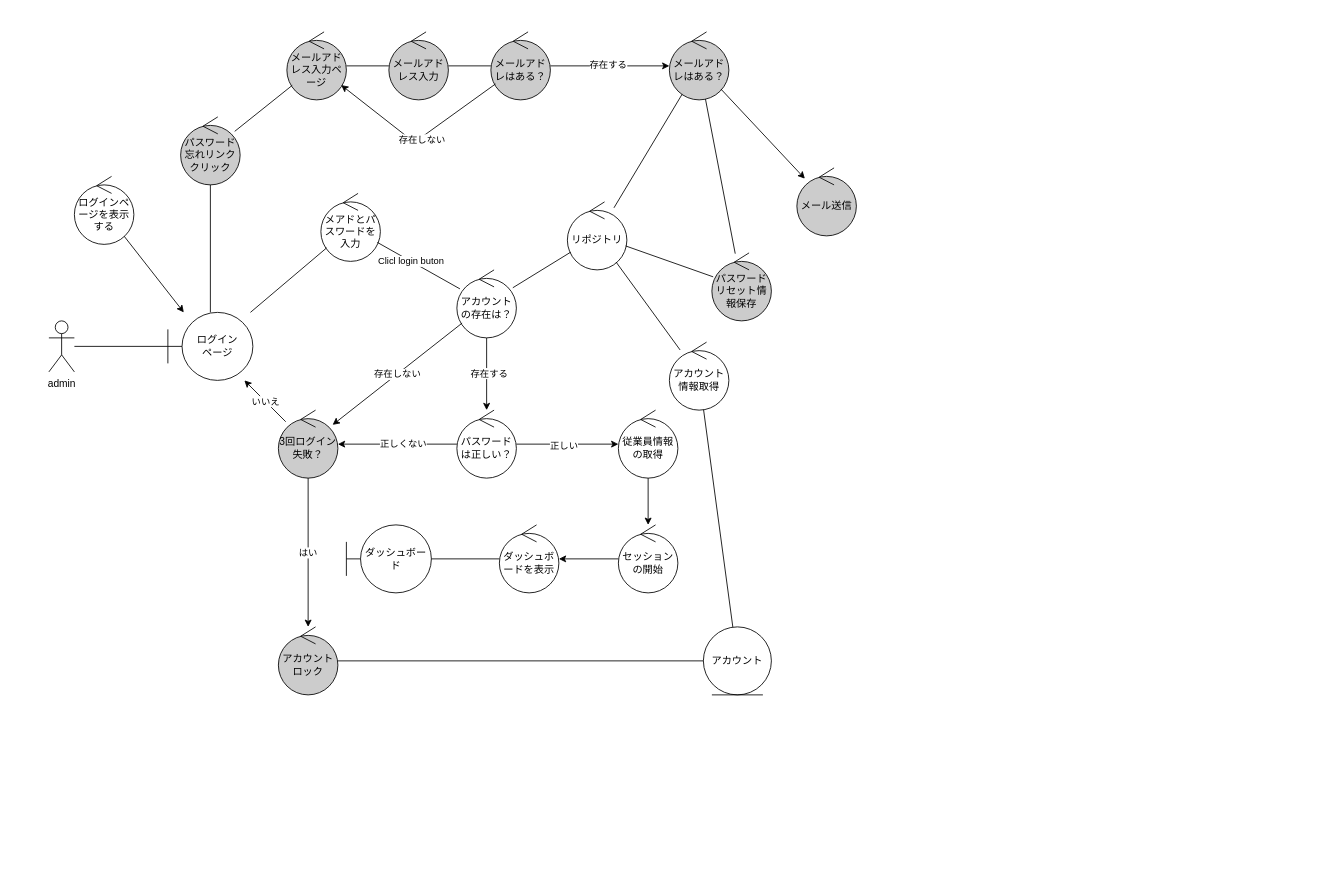
Above: drawio/account_manager/Robustness/login_robustness.dio in takashiraki/github_image (draw.io), before the change. Source tidied: cells renumbered, new cells numbered last; positions are measured from the earlier drawing's top-left corner, leaving out a move shared by most shapes. Both pictures are drawn from the tidied source at 85%, with x=0, y=0 at pixel (14, 14).
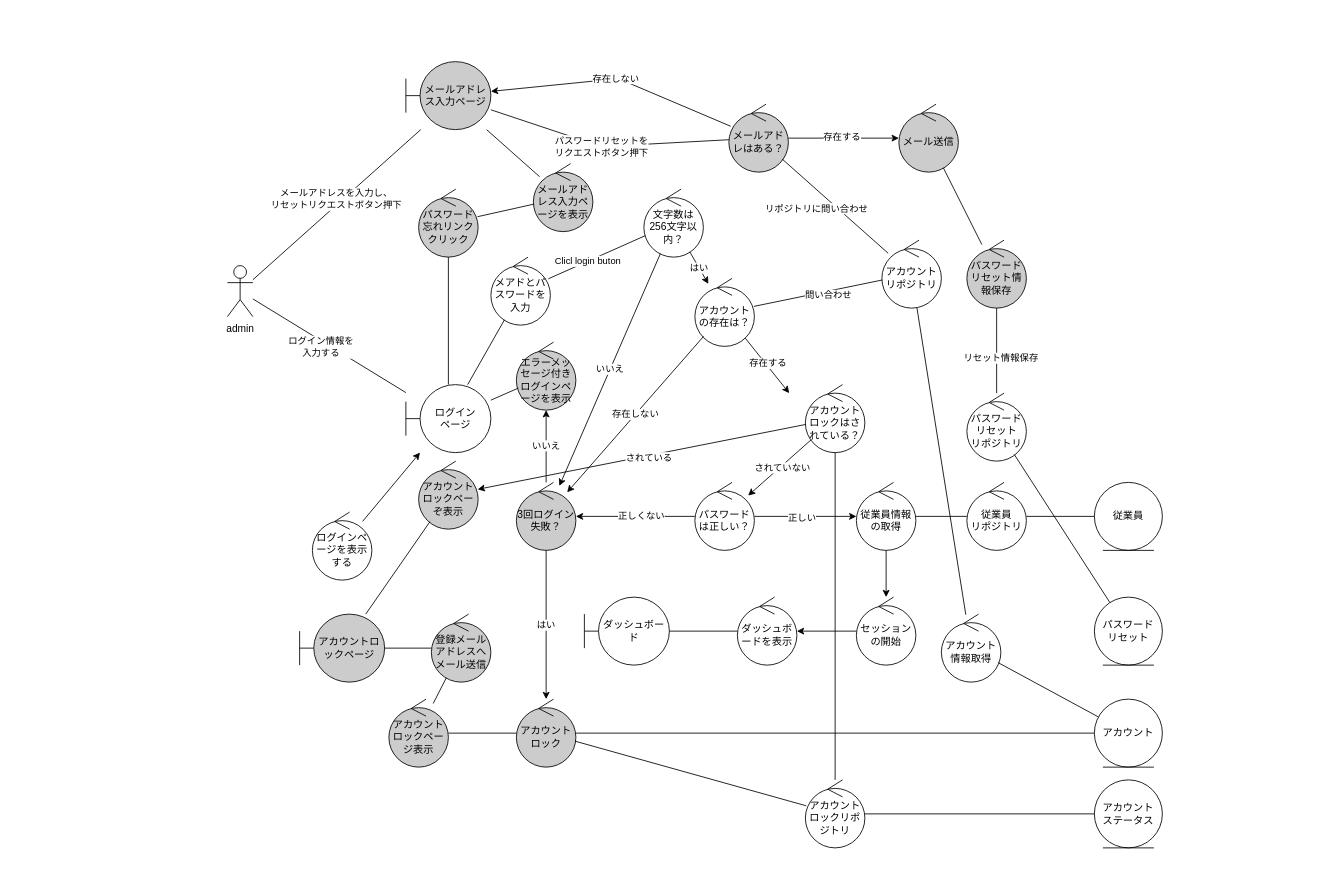
The same diagram, later.

The change refers to these unchanged cells:
```xml
<mxCell id="11" style="endArrow=none;html=1;" parent="1" edge="1" source="4" target="3">
  <mxGeometry relative="1" as="geometry" />
</mxCell>
<mxCell id="20" style="endArrow=none;html=1;" parent="1" edge="1" source="19" target="10">
  <mxGeometry relative="1" as="geometry" />
</mxCell>
```

Change to the diagram source:
```diff
@@
     <mxCell id="2" style="rounded=0;whiteSpace=wrap;html=1;strokeColor=none;" parent="1" vertex="1">
-      <mxGeometry width="1020" height="840" as="geometry" />
+      <mxGeometry x="60" y="5" width="1480" height="1005" as="geometry" />
     </mxCell>
     <mxCell id="3" value="admin" style="shape=umlActor;verticalLabelPosition=bottom;verticalAlign=top;html=1;outlineConnect=0;" parent="1" vertex="1">
-      <mxGeometry x="40" y="360" width="30" height="60" as="geometry" />
+      <mxGeometry x="250" y="295" width="30" height="60" as="geometry" />
     </mxCell>
     <mxCell id="4" value="ログイン&lt;br&gt;ページ" style="shape=umlBoundary;whiteSpace=wrap;html=1;" parent="1" vertex="1">
-      <mxGeometry x="180" y="350" width="100" height="80" as="geometry" />
+      <mxGeometry x="460" y="435" width="100" height="80" as="geometry" />
     </mxCell>
@@
     <mxCell id="6" value="ログインページを表示する" style="ellipse;shape=umlControl;whiteSpace=wrap;html=1;" parent="1" vertex="1">
-      <mxGeometry x="70" y="190" width="70" height="80" as="geometry" />
+      <mxGeometry x="350" y="585" width="70" height="80" as="geometry" />
     </mxCell>
     <mxCell id="7" value="メアドとパスワードを入力" style="ellipse;shape=umlControl;whiteSpace=wrap;html=1;" parent="1" vertex="1">
-      <mxGeometry x="360" y="210" width="70" height="80" as="geometry" />
+      <mxGeometry x="560" y="285" width="70" height="80" as="geometry" />
     </mxCell>
-    <mxCell id="8" style="edgeStyle=none;html=1;" parent="1" edge="1" source="10" target="17">
-      <mxGeometry relative="1" as="geometry" />
+    <mxCell id="8" style="edgeStyle=none;html=1;" parent="1" edge="1" source="10">
+      <mxGeometry relative="1" as="geometry">
+        <mxPoint x="911" y="445" as="targetPoint" />
+      </mxGeometry>
     </mxCell>
@@
     <mxCell id="10" value="アカウントの存在は？" style="ellipse;shape=umlControl;whiteSpace=wrap;html=1;" parent="1" vertex="1">
-      <mxGeometry x="520" y="300" width="70" height="80" as="geometry" />
+      <mxGeometry x="800" y="310" width="70" height="80" as="geometry" />
     </mxCell>
@@
+    <mxCell id="58" value="ログイン情報を&lt;br&gt;入力する" style="edgeLabel;html=1;align=center;verticalAlign=middle;" parent="11" vertex="1">
+      <mxGeometry x="0.23" y="-4" relative="1" as="geometry">
+        <mxPoint x="8" y="17" as="offset" />
+      </mxGeometry>
+    </mxCell>
@@
-    <mxCell id="13" style="endArrow=none;html=1;" parent="1" edge="1" source="10" target="7">
+    <mxCell id="13" style="endArrow=none;html=1;" parent="1" edge="1" source="72" target="7">
       <mxGeometry relative="1" as="geometry" />
     </mxCell>
@@
     <mxCell id="17" value="パスワードは正しい？" style="ellipse;shape=umlControl;whiteSpace=wrap;html=1;fillColor=rgb(255, 255, 255);" parent="1" vertex="1">
-      <mxGeometry x="520" y="465" width="70" height="80" as="geometry" />
+      <mxGeometry x="800" y="550" width="70" height="80" as="geometry" />
     </mxCell>
     <mxCell id="18" value="3回ログイン失敗？" style="ellipse;shape=umlControl;whiteSpace=wrap;html=1;fillColor=#CCCCCC;" parent="1" vertex="1">
-      <mxGeometry x="310" y="465" width="70" height="80" as="geometry" />
+      <mxGeometry x="590" y="550" width="70" height="80" as="geometry" />
     </mxCell>
-    <mxCell id="19" value="リポジトリ" style="ellipse;shape=umlControl;whiteSpace=wrap;html=1;fillColor=rgb(255, 255, 255);" parent="1" vertex="1">
-      <mxGeometry x="650" y="220" width="70" height="80" as="geometry" />
+    <mxCell id="19" value="アカウント&lt;br&gt;リポジトリ" style="ellipse;shape=umlControl;whiteSpace=wrap;html=1;fillColor=rgb(255, 255, 255);" parent="1" vertex="1">
+      <mxGeometry x="1020" y="265" width="70" height="80" as="geometry" />
     </mxCell>
@@
+    <mxCell id="59" value="問い合わせ" style="edgeLabel;html=1;align=center;verticalAlign=middle;" parent="20" vertex="1">
+      <mxGeometry x="-0.3" y="1" relative="1" as="geometry">
+        <mxPoint x="-11" y="6" as="offset" />
+      </mxGeometry>
+    </mxCell>
@@
-    <mxCell id="22" value="いいえ" style="edgeStyle=none;html=1;" parent="1" edge="1" source="18" target="4">
+    <mxCell id="22" value="いいえ" style="edgeStyle=none;html=1;" parent="1" edge="1" source="18" target="74">
       <mxGeometry relative="1" as="geometry" />
     </mxCell>
     <mxCell id="23" value="アカウントロック" style="ellipse;shape=umlControl;whiteSpace=wrap;html=1;fillColor=#CCCCCC;" parent="1" vertex="1">
-      <mxGeometry x="310" y="720" width="70" height="80" as="geometry" />
+      <mxGeometry x="590" y="805" width="70" height="80" as="geometry" />
     </mxCell>
@@
     <mxCell id="25" value="アカウント情報取得" style="ellipse;shape=umlControl;whiteSpace=wrap;html=1;fillColor=rgb(255, 255, 255);" parent="1" vertex="1">
-      <mxGeometry x="770" y="385" width="70" height="80" as="geometry" />
+      <mxGeometry x="1090" y="705" width="70" height="80" as="geometry" />
     </mxCell>
@@
     <mxCell id="29" value="パスワード忘れリンククリック" style="ellipse;shape=umlControl;whiteSpace=wrap;html=1;fillColor=#CCCCCC;" parent="1" vertex="1">
-      <mxGeometry x="195" y="120" width="70" height="80" as="geometry" />
+      <mxGeometry x="475" y="205" width="70" height="80" as="geometry" />
     </mxCell>
@@
-    <mxCell id="31" value="メールアドレス入力ページ" style="ellipse;shape=umlControl;whiteSpace=wrap;html=1;fillColor=#CCCCCC;" parent="1" vertex="1">
-      <mxGeometry x="320" y="20" width="70" height="80" as="geometry" />
+    <mxCell id="31" value="メールアドレス入力ページを表示" style="ellipse;shape=umlControl;whiteSpace=wrap;html=1;fillColor=#CCCCCC;" parent="1" vertex="1">
+      <mxGeometry x="610" y="175" width="70" height="80" as="geometry" />
     </mxCell>
@@
-    <mxCell id="33" value="メールアドレス入力" style="ellipse;shape=umlControl;whiteSpace=wrap;html=1;fillColor=#CCCCCC;" parent="1" vertex="1">
-      <mxGeometry x="440" y="20" width="70" height="80" as="geometry" />
-    </mxCell>
     <mxCell id="34" value="メールアドレはある？" style="ellipse;shape=umlControl;whiteSpace=wrap;html=1;fillColor=#CCCCCC;" parent="1" vertex="1">
-      <mxGeometry x="560" y="20" width="70" height="80" as="geometry" />
+      <mxGeometry x="840" y="105" width="70" height="80" as="geometry" />
     </mxCell>
-    <mxCell id="35" style="endArrow=none;html=1;" parent="1" edge="1" source="31" target="33">
-      <mxGeometry relative="1" as="geometry" />
-    </mxCell>
-    <mxCell id="36" style="endArrow=none;html=1;" parent="1" edge="1" source="33" target="34">
-      <mxGeometry relative="1" as="geometry" />
+    <mxCell id="36" style="endArrow=none;html=1;" parent="1" edge="1" source="63" target="34">
+      <mxGeometry relative="1" as="geometry">
+        <Array as="points">
+          <mxPoint x="690" y="155" />
+        </Array>
+      </mxGeometry>
     </mxCell>
+    <mxCell id="60" value="パスワードリセットを&lt;br&gt;リクエストボタン押下" style="edgeLabel;html=1;align=center;verticalAlign=middle;" parent="36" vertex="1">
+      <mxGeometry x="-0.2" y="-2" relative="1" as="geometry">
+        <mxPoint x="21" y="5" as="offset" />
+      </mxGeometry>
+    </mxCell>
-    <mxCell id="37" style="edgeStyle=none;html=1;" parent="1" edge="1" source="34" target="39">
+    <mxCell id="37" style="edgeStyle=none;html=1;" parent="1" edge="1" source="34" target="45">
       <mxGeometry relative="1" as="geometry" />
     </mxCell>
@@
-    <mxCell id="39" value="メールアドレはある？" style="ellipse;shape=umlControl;whiteSpace=wrap;html=1;fillColor=#CCCCCC;" parent="1" vertex="1">
-      <mxGeometry x="770" y="20" width="70" height="80" as="geometry" />
-    </mxCell>
-    <mxCell id="40" style="edgeStyle=none;html=1;" parent="1" edge="1" source="34" target="31">
-      <mxGeometry relative="1" as="geometry">
-        <Array as="points">
-          <mxPoint x="470" y="150" />
-        </Array>
-      </mxGeometry>
-    </mxCell>
-    <mxCell id="41" value="存在しない" style="edgeLabel;html=1;align=center;verticalAlign=middle;" parent="40" vertex="1">
-      <mxGeometry x="-0.04" y="2" relative="1" as="geometry" />
-    </mxCell>
-    <mxCell id="42" style="endArrow=none;html=1;" parent="1" edge="1" source="39" target="19">
+    <mxCell id="42" style="endArrow=none;html=1;" parent="1" edge="1" source="34" target="19">
       <mxGeometry relative="1" as="geometry" />
     </mxCell>
+    <mxCell id="61" value="リポジトリに問い合わせ" style="edgeLabel;html=1;align=center;verticalAlign=middle;" parent="42" vertex="1">
+      <mxGeometry x="-0.23" relative="1" as="geometry">
+        <mxPoint x="-8" y="15" as="offset" />
+      </mxGeometry>
+    </mxCell>
     <mxCell id="43" value="パスワードリセット情報保存" style="ellipse;shape=umlControl;whiteSpace=wrap;html=1;fillColor=#CCCCCC;" parent="1" vertex="1">
-      <mxGeometry x="820" y="280" width="70" height="80" as="geometry" />
+      <mxGeometry x="1120" y="265" width="70" height="80" as="geometry" />
     </mxCell>
-    <mxCell id="44" style="endArrow=none;html=1;" parent="1" edge="1" source="39" target="43">
+    <mxCell id="44" style="endArrow=none;html=1;" parent="1" edge="1" source="45" target="43">
       <mxGeometry relative="1" as="geometry" />
     </mxCell>
     <mxCell id="45" value="メール送信" style="ellipse;shape=umlControl;whiteSpace=wrap;html=1;fillColor=#CCCCCC;" parent="1" vertex="1">
-      <mxGeometry x="920" y="180" width="70" height="80" as="geometry" />
+      <mxGeometry x="1040" y="105" width="70" height="80" as="geometry" />
     </mxCell>
-    <mxCell id="46" style="edgeStyle=none;html=1;" parent="1" edge="1" source="39" target="45">
-      <mxGeometry relative="1" as="geometry" />
-    </mxCell>
-    <mxCell id="47" style="endArrow=none;html=1;" parent="1" edge="1" source="19" target="43">
+    <mxCell id="47" style="endArrow=none;html=1;" parent="1" edge="1" source="67" target="43">
       <mxGeometry relative="1" as="geometry" />
     </mxCell>
+    <mxCell id="62" value="リセット情報保存" style="edgeLabel;html=1;align=center;verticalAlign=middle;" parent="47" vertex="1">
+      <mxGeometry x="-0.17" y="-4" relative="1" as="geometry" />
+    </mxCell>
     <mxCell id="48" value="アカウント" style="ellipse;shape=umlEntity;whiteSpace=wrap;html=1;fillColor=#FFFFFF;" parent="1" vertex="1">
-      <mxGeometry x="810" y="720" width="80" height="80" as="geometry" />
+      <mxGeometry x="1270" y="805" width="80" height="80" as="geometry" />
     </mxCell>
     <mxCell id="49" value="従業員情報の取得" style="ellipse;shape=umlControl;whiteSpace=wrap;html=1;fillColor=rgb(255, 255, 255);" parent="1" vertex="1">
-      <mxGeometry x="710" y="465" width="70" height="80" as="geometry" />
+      <mxGeometry x="990" y="550" width="70" height="80" as="geometry" />
     </mxCell>
     <mxCell id="50" value="セッションの開始" style="ellipse;shape=umlControl;whiteSpace=wrap;html=1;fillColor=rgb(255, 255, 255);" parent="1" vertex="1">
-      <mxGeometry x="710" y="600" width="70" height="80" as="geometry" />
+      <mxGeometry x="990" y="685" width="70" height="80" as="geometry" />
     </mxCell>
@@
     <mxCell id="54" value="ダッシュボードを表示" style="ellipse;shape=umlControl;whiteSpace=wrap;html=1;fillColor=rgb(255, 255, 255);" parent="1" vertex="1">
-      <mxGeometry x="570" y="600" width="70" height="80" as="geometry" />
+      <mxGeometry x="850" y="685" width="70" height="80" as="geometry" />
     </mxCell>
@@
     <mxCell id="56" value="ダッシュボード" style="shape=umlBoundary;whiteSpace=wrap;html=1;" parent="1" vertex="1">
-      <mxGeometry x="390" y="600" width="100" height="80" as="geometry" />
+      <mxGeometry x="670" y="685" width="100" height="80" as="geometry" />
     </mxCell>
@@
+    <mxCell id="63" value="メールアドレス入力ページ" style="shape=umlBoundary;whiteSpace=wrap;html=1;fillColor=#cccccc;" parent="1" vertex="1">
+      <mxGeometry x="460" y="55" width="100" height="80" as="geometry" />
+    </mxCell>
+    <mxCell id="64" style="endArrow=none;html=1;" parent="1" edge="1" source="3">
+      <mxGeometry relative="1" as="geometry">
+        <mxPoint x="477.5" y="135" as="targetPoint" />
+      </mxGeometry>
+    </mxCell>
+    <mxCell id="65" value="メールアドレスを入力し、&lt;br&gt;リセットリクエストボタン押下" style="edgeLabel;html=1;align=center;verticalAlign=middle;" parent="64" vertex="1">
+      <mxGeometry x="0.11" y="-4" relative="1" as="geometry">
+        <mxPoint x="-15" as="offset" />
+      </mxGeometry>
+    </mxCell>
+    <mxCell id="66" style="endArrow=none;html=1;" parent="1" edge="1" source="31" target="63">
+      <mxGeometry relative="1" as="geometry" />
+    </mxCell>
+    <mxCell id="41" value="存在しない" style="edgeStyle=none;html=1;" parent="1" edge="1" source="34" target="63">
+      <mxGeometry relative="1" as="geometry">
+        <Array as="points">
+          <mxPoint x="710" y="75" />
+        </Array>
+      </mxGeometry>
+    </mxCell>
+    <mxCell id="67" value="パスワード&lt;br&gt;リセット&lt;br&gt;リポジトリ" style="ellipse;shape=umlControl;whiteSpace=wrap;html=1;fillColor=rgb(255, 255, 255);" parent="1" vertex="1">
+      <mxGeometry x="1120" y="445" width="70" height="80" as="geometry" />
+    </mxCell>
+    <mxCell id="68" value="アカウント&lt;br&gt;ロックページ表示" style="ellipse;shape=umlControl;whiteSpace=wrap;html=1;fillColor=#CCCCCC;" parent="1" vertex="1">
+      <mxGeometry x="440" y="805" width="70" height="80" as="geometry" />
+    </mxCell>
+    <mxCell id="69" value="アカウントロックページ" style="shape=umlBoundary;whiteSpace=wrap;html=1;fillColor=#cccccc;" parent="1" vertex="1">
+      <mxGeometry x="335" y="705" width="100" height="80" as="geometry" />
+    </mxCell>
+    <mxCell id="70" style="endArrow=none;html=1;" parent="1" edge="1" source="68" target="77">
+      <mxGeometry relative="1" as="geometry" />
+    </mxCell>
+    <mxCell id="71" style="endArrow=none;html=1;" parent="1" edge="1" source="23" target="68">
+      <mxGeometry relative="1" as="geometry" />
+    </mxCell>
+    <mxCell id="72" value="文字数は256文字以内？" style="ellipse;shape=umlControl;whiteSpace=wrap;html=1;" parent="1" vertex="1">
+      <mxGeometry x="740" y="205" width="70" height="80" as="geometry" />
+    </mxCell>
+    <mxCell id="73" value="はい" style="edgeStyle=none;html=1;" parent="1" edge="1" source="72" target="10">
+      <mxGeometry relative="1" as="geometry" />
+    </mxCell>
+    <mxCell id="74" value="エラーメッセージ付きログインページを表示" style="ellipse;shape=umlControl;whiteSpace=wrap;html=1;fillColor=#CCCCCC;" parent="1" vertex="1">
+      <mxGeometry x="590" y="385" width="70" height="80" as="geometry" />
+    </mxCell>
+    <mxCell id="75" value="いいえ" style="edgeStyle=none;html=1;" parent="1" edge="1" source="72" target="18">
+      <mxGeometry relative="1" as="geometry" />
+    </mxCell>
+    <mxCell id="76" style="endArrow=none;html=1;" parent="1" edge="1" source="74" target="4">
+      <mxGeometry relative="1" as="geometry" />
+    </mxCell>
+    <mxCell id="77" value="登録メールアドレスへメール送信" style="ellipse;shape=umlControl;whiteSpace=wrap;html=1;fillColor=#CCCCCC;" parent="1" vertex="1">
+      <mxGeometry x="490" y="705" width="70" height="80" as="geometry" />
+    </mxCell>
+    <mxCell id="78" style="endArrow=none;html=1;" parent="1" edge="1" source="77" target="69">
+      <mxGeometry relative="1" as="geometry" />
+    </mxCell>
+    <mxCell id="79" value="アカウントロックリポジトリ" style="ellipse;shape=umlControl;whiteSpace=wrap;html=1;fillColor=rgb(255, 255, 255);" parent="1" vertex="1">
+      <mxGeometry x="930" y="900" width="70" height="80" as="geometry" />
+    </mxCell>
+    <mxCell id="80" value="アカウント&lt;br&gt;ステータス" style="ellipse;shape=umlEntity;whiteSpace=wrap;html=1;fillColor=#FFFFFF;" parent="1" vertex="1">
+      <mxGeometry x="1270" y="900" width="80" height="80" as="geometry" />
+    </mxCell>
+    <mxCell id="81" value="パスワード&lt;br&gt;リセット" style="ellipse;shape=umlEntity;whiteSpace=wrap;html=1;fillColor=#FFFFFF;" parent="1" vertex="1">
+      <mxGeometry x="1270" y="685" width="80" height="80" as="geometry" />
+    </mxCell>
+    <mxCell id="82" style="endArrow=none;html=1;" parent="1" edge="1" source="67" target="81">
+      <mxGeometry relative="1" as="geometry" />
+    </mxCell>
+    <mxCell id="83" style="endArrow=none;html=1;" parent="1" edge="1" source="80" target="79">
+      <mxGeometry relative="1" as="geometry" />
+    </mxCell>
+    <mxCell id="84" style="endArrow=none;html=1;" parent="1" edge="1" source="23" target="79">
+      <mxGeometry relative="1" as="geometry" />
+    </mxCell>
+    <mxCell id="85" value="アカウントロックはされている？" style="ellipse;shape=umlControl;whiteSpace=wrap;html=1;" parent="1" vertex="1">
+      <mxGeometry x="930" y="435" width="70" height="80" as="geometry" />
+    </mxCell>
+    <mxCell id="86" style="edgeStyle=none;html=1;" parent="1" edge="1" source="85" target="17">
+      <mxGeometry relative="1" as="geometry" />
+    </mxCell>
+    <mxCell id="87" value="されていない" style="edgeLabel;html=1;align=center;verticalAlign=middle;" parent="86" vertex="1">
+      <mxGeometry x="-0.04" y="2" relative="1" as="geometry" />
+    </mxCell>
+    <mxCell id="88" style="edgeStyle=none;html=1;" parent="1" edge="1" source="85" target="91">
+      <mxGeometry relative="1" as="geometry" />
+    </mxCell>
+    <mxCell id="89" value="されている" style="edgeLabel;html=1;align=center;verticalAlign=middle;" parent="88" vertex="1">
+      <mxGeometry x="-0.04" y="2" relative="1" as="geometry" />
+    </mxCell>
+    <mxCell id="90" style="endArrow=none;html=1;" parent="1" edge="1" source="85" target="79">
+      <mxGeometry relative="1" as="geometry" />
+    </mxCell>
+    <mxCell id="91" value="アカウントロックペーぞ表示" style="ellipse;shape=umlControl;whiteSpace=wrap;html=1;fillColor=#CCCCCC;" parent="1" vertex="1">
+      <mxGeometry x="475" y="525" width="70" height="80" as="geometry" />
+    </mxCell>
+    <mxCell id="92" style="endArrow=none;html=1;" parent="1" edge="1" source="91" target="69">
+      <mxGeometry relative="1" as="geometry" />
+    </mxCell>
+    <mxCell id="93" value="従業員&lt;br&gt;リポジトリ" style="ellipse;shape=umlControl;whiteSpace=wrap;html=1;fillColor=rgb(255, 255, 255);" parent="1" vertex="1">
+      <mxGeometry x="1120" y="550" width="70" height="80" as="geometry" />
+    </mxCell>
+    <mxCell id="94" value="従業員" style="ellipse;shape=umlEntity;whiteSpace=wrap;html=1;fillColor=#FFFFFF;" parent="1" vertex="1">
+      <mxGeometry x="1270" y="550" width="80" height="80" as="geometry" />
+    </mxCell>
+    <mxCell id="95" style="endArrow=none;html=1;" parent="1" edge="1" source="49" target="93">
+      <mxGeometry relative="1" as="geometry" />
+    </mxCell>
+    <mxCell id="96" style="endArrow=none;html=1;" parent="1" edge="1" source="93" target="94">
+      <mxGeometry relative="1" as="geometry" />
+    </mxCell>
```
